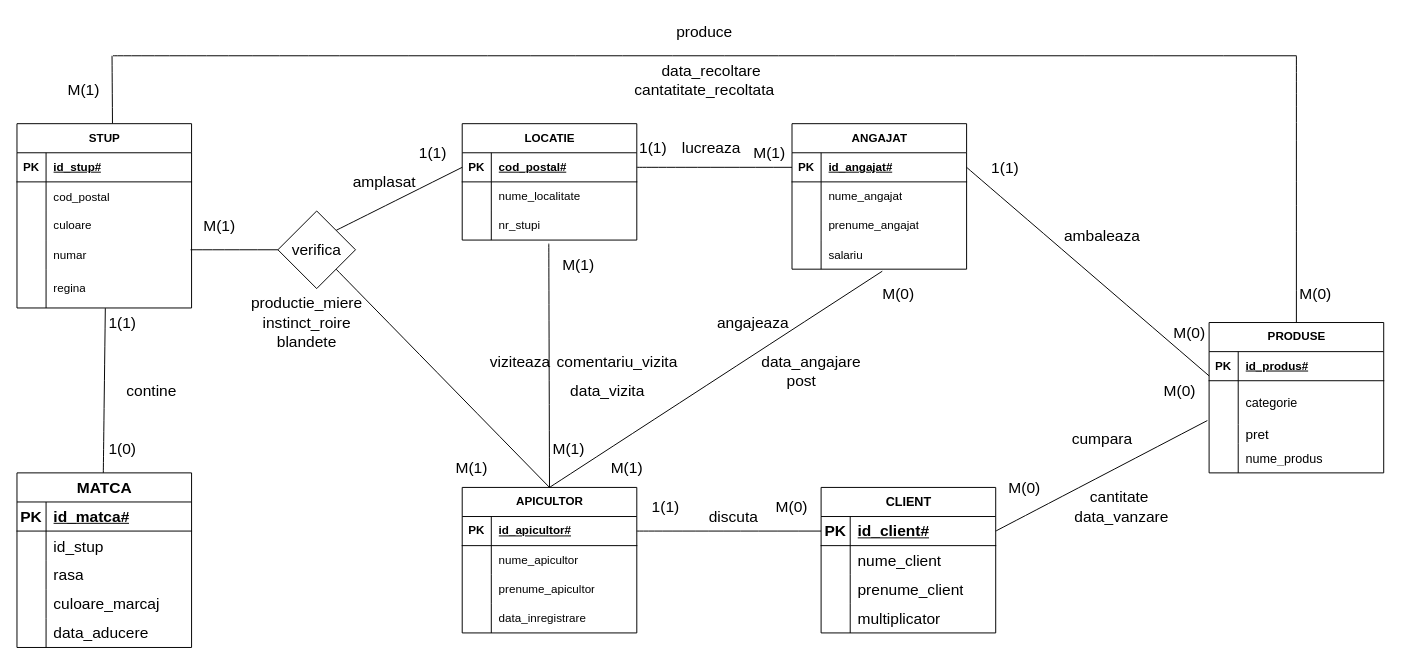
Matoka26/DataBase-Stupina keeps this draw.io diagram as page "Page-1" (1 of 2) of Diagramă fără titlu.drawio. Above is the earlier version. Source tidied: cells renumbered, new cells numbered last; positions are measured from the earlier drawing's top-left corner, leaving out a move shared by most shapes. Both pictures are drawn from the tidied source at 97%, with x=0, y=0 at pixel (16, 16).
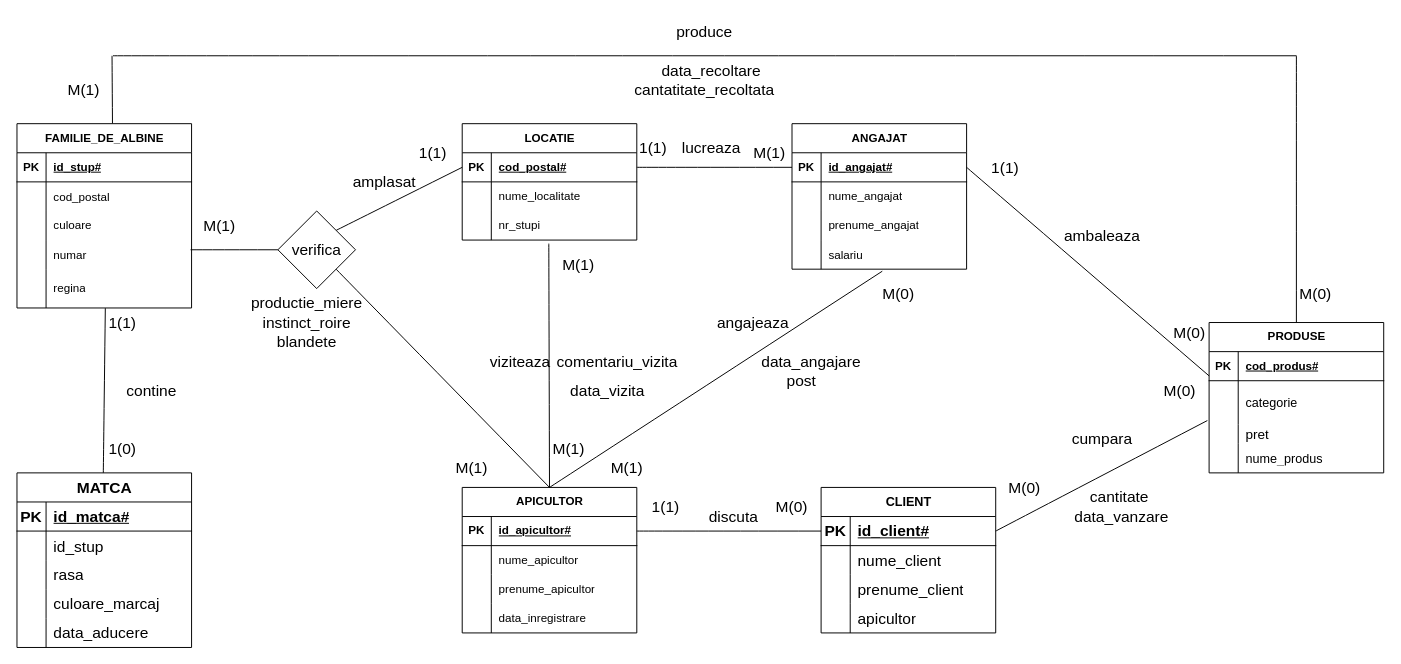
The same diagram, later.

The change refers to these unchanged cells:
```xml
<mxCell id="55" style="shape=tableRow;horizontal=0;startSize=0;swimlaneHead=0;swimlaneBody=0;fillColor=none;top=0;left=0;right=0;bottom=1;" parent="54" vertex="1">
  <mxGeometry y="30" width="180" height="30" as="geometry" />
</mxCell>
<mxCell id="77" style="shape=tableRow;horizontal=0;startSize=0;swimlaneHead=0;swimlaneBody=0;fillColor=none;top=0;left=0;right=0;bottom=0;fontSize=16;" parent="67" vertex="1">
  <mxGeometry y="120" width="180" height="30" as="geometry" />
</mxCell>
```

Change to the diagram source:
```diff
@@
-    <mxCell id="38" value="STUP" style="shape=table;startSize=30;childLayout=tableLayout;rowLines=0;fontStyle=1;align=center;html=1;" parent="1" vertex="1">
+    <mxCell id="38" value="FAMILIE_DE_ALBINE" style="shape=table;startSize=30;childLayout=tableLayout;rowLines=0;fontStyle=1;align=center;html=1;" parent="1" vertex="1">
       <mxGeometry y="110" width="180" height="190" as="geometry" />
     </mxCell>
@@
-    <mxCell id="57" value="id_produs#" style="shape=partialRectangle;fillColor=none;top=0;left=0;bottom=0;right=0;align=left;spacingLeft=6;fontStyle=5;overflow=hidden;whiteSpace=wrap;html=1;" parent="55" vertex="1">
+    <mxCell id="57" value="cod_produs#" style="shape=partialRectangle;fillColor=none;top=0;left=0;bottom=0;right=0;align=left;spacingLeft=6;fontStyle=5;overflow=hidden;whiteSpace=wrap;html=1;" parent="55" vertex="1">
       <mxGeometry x="30" width="150" height="30" as="geometry" />
     </mxCell>
@@
-    <mxCell id="79" value="multiplicator" style="shape=partialRectangle;fillColor=none;top=0;left=0;bottom=0;right=0;align=left;spacingLeft=6;overflow=hidden;whiteSpace=wrap;html=1;fontSize=16;" parent="77" vertex="1">
+    <mxCell id="79" value="apicultor" style="shape=partialRectangle;fillColor=none;top=0;left=0;bottom=0;right=0;align=left;spacingLeft=6;overflow=hidden;whiteSpace=wrap;html=1;fontSize=16;" parent="77" vertex="1">
       <mxGeometry x="30" width="150" height="30" as="geometry" />
     </mxCell>
```
